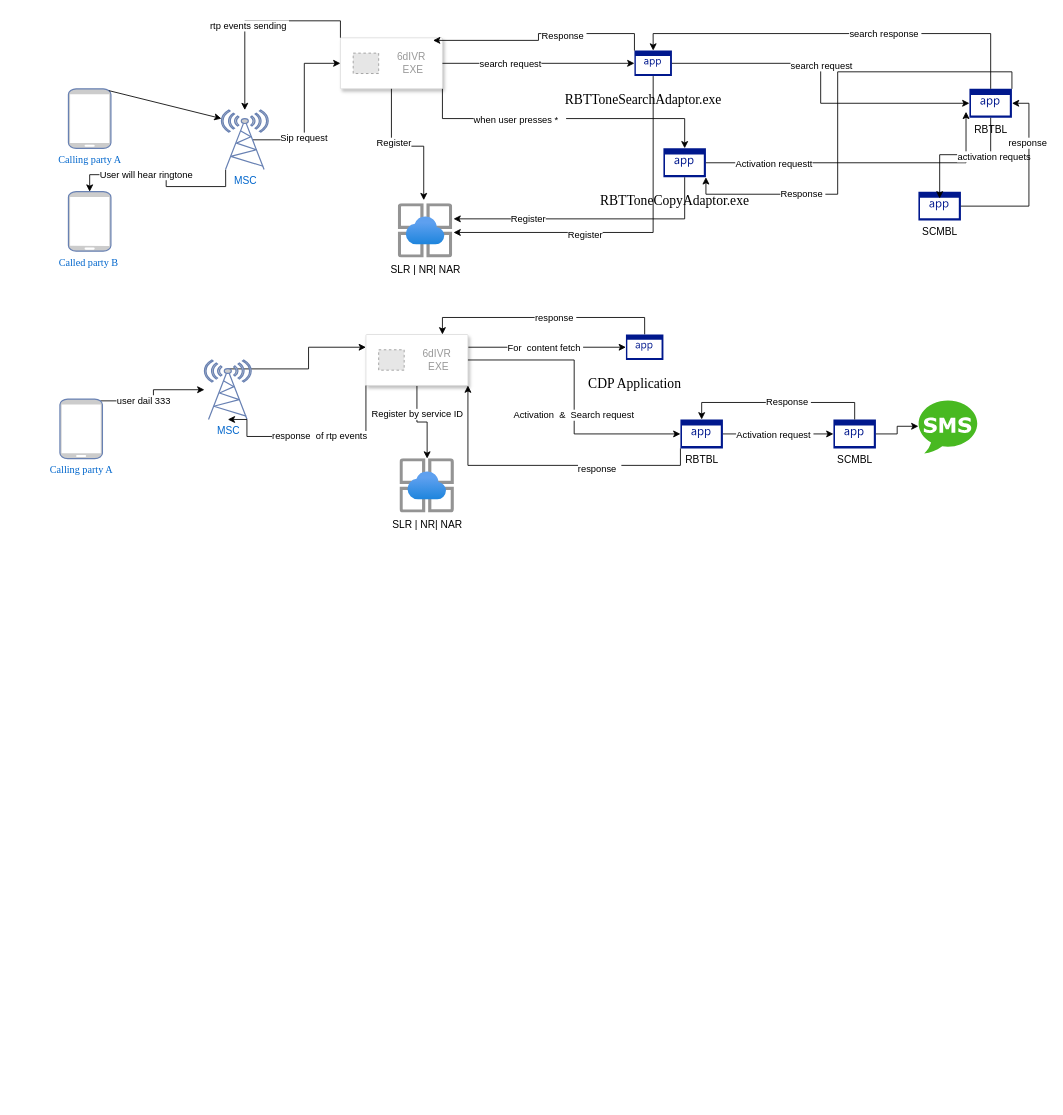
Before: Untitled Diagram.drawio in sathwikraj19/udemy, a draw.io diagram. Source tidied: cells renumbered, new cells numbered last; positions are measured from the earlier drawing's top-left corner, leaving out a move shared by most shapes. Both pictures are drawn from the tidied source at 85%, with x=0, y=0 at pixel (60, 37). Pictures stored in the file or linked from it are replaced by grey dashed boxes.
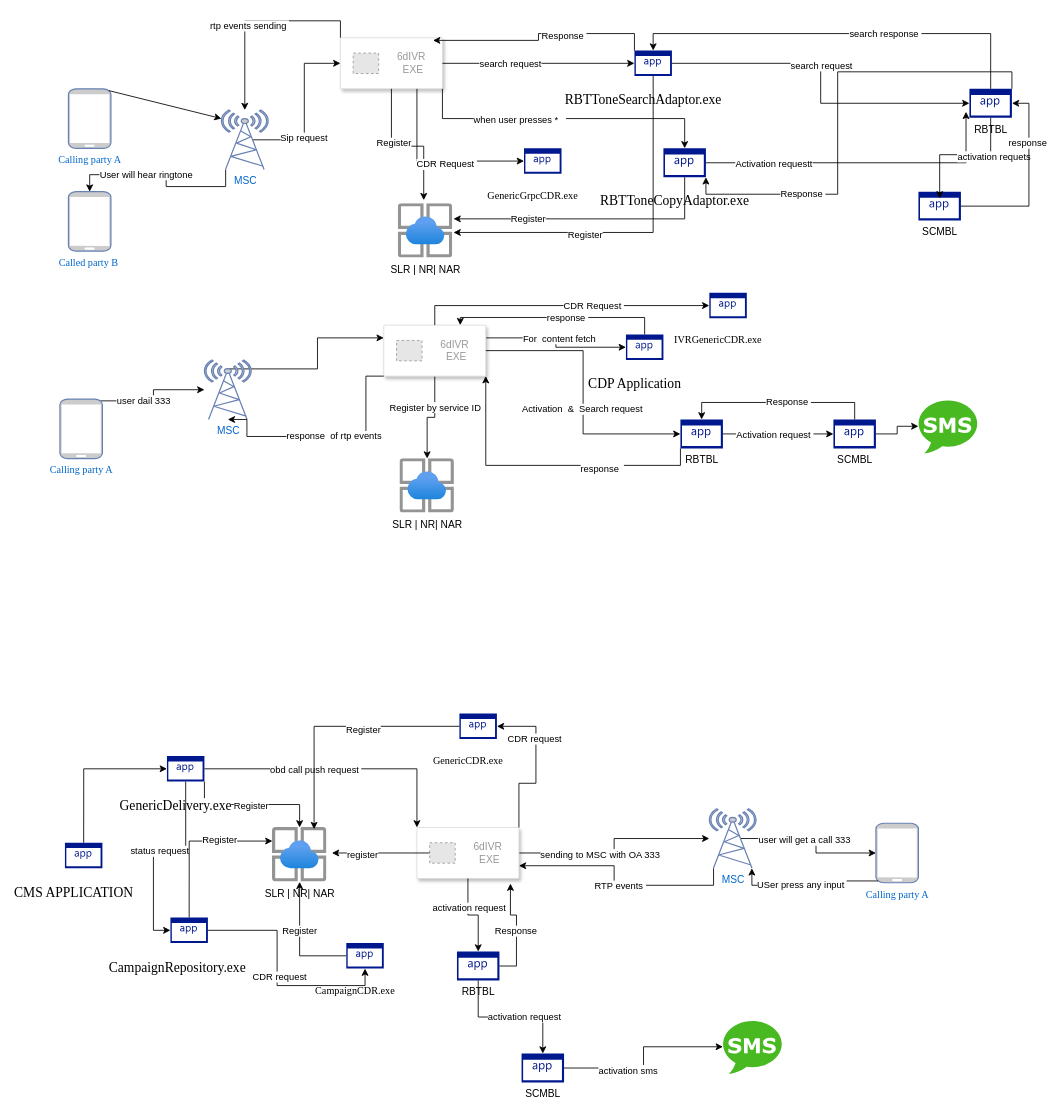
The same diagram, later.

Unchanged cells that the change refers to:
```xml
<mxCell id="11" style="strokeColor=#dddddd;shadow=1;strokeWidth=1;rounded=1;absoluteArcSize=1;arcSize=2;" parent="1" vertex="1">
  <mxGeometry x="330" width="120" height="60" as="geometry" />
</mxCell>
```

Change to the diagram source:
```diff
@@
     <mxCell id="52" style="strokeColor=#dddddd;shadow=1;strokeWidth=1;rounded=1;absoluteArcSize=1;arcSize=2;" parent="1" vertex="1">
-      <mxGeometry x="360" y="349" width="120" height="60" as="geometry" />
+      <mxGeometry x="381" y="338" width="120" height="60" as="geometry" />
     </mxCell>
@@
+    <mxCell id="72" value="&lt;p style=&quot;text-indent:-18.0pt;mso-list:l0 level1 lfo1&quot; class=&quot;MsoListParagraph&quot;&gt;&lt;font face=&quot;Times New Roman, serif&quot;&gt;IVRGenericCDR.exe&lt;/font&gt;&lt;br&gt;&lt;/p&gt;" style="sketch=0;shadow=0;dashed=0;html=1;strokeColor=none;labelPosition=center;verticalLabelPosition=bottom;verticalAlign=top;align=center;fillColor=#00188D;shape=mxgraph.mscae.enterprise.application;" parent="1" vertex="1">
+      <mxGeometry x="764" y="300" width="44.1" height="30" as="geometry" />
+    </mxCell>
+    <mxCell id="73" style="edgeStyle=orthogonalEdgeStyle;rounded=0;jettySize=auto;html=1;exitX=0.5;exitY=0;exitDx=0;exitDy=0;entryX=0;entryY=0.5;entryDx=0;entryDy=0;entryPerimeter=0;" parent="1" edge="1" source="52" target="72">
+      <mxGeometry relative="1" as="geometry" />
+    </mxCell>
+    <mxCell id="74" value="CDR Request&amp;nbsp;" style="edgeLabel;html=1;align=center;verticalAlign=middle;" parent="73" vertex="1">
+      <mxGeometry x="0.21" relative="1" as="geometry" />
+    </mxCell>
+    <mxCell id="75" value="&lt;p style=&quot;text-indent:-18.0pt;mso-list:l0 level1 lfo1&quot; class=&quot;MsoListParagraph&quot;&gt;&lt;font face=&quot;Times New Roman, serif&quot;&gt;GenericGrpcCDR.exe&lt;/font&gt;&lt;br&gt;&lt;/p&gt;" style="sketch=0;shadow=0;dashed=0;html=1;strokeColor=none;labelPosition=center;verticalLabelPosition=bottom;verticalAlign=top;align=center;fillColor=#00188D;shape=mxgraph.mscae.enterprise.application;" parent="1" vertex="1">
+      <mxGeometry x="546" y="130" width="44.1" height="30" as="geometry" />
+    </mxCell>
+    <mxCell id="76" style="edgeStyle=orthogonalEdgeStyle;rounded=0;jettySize=auto;html=1;exitX=0.75;exitY=1;exitDx=0;exitDy=0;entryX=0;entryY=0.5;entryDx=0;entryDy=0;entryPerimeter=0;" parent="1" edge="1" source="11" target="75">
+      <mxGeometry relative="1" as="geometry" />
+    </mxCell>
+    <mxCell id="77" value="CDR Request&amp;nbsp;" style="edgeLabel;html=1;align=center;verticalAlign=middle;" parent="76" vertex="1">
+      <mxGeometry x="0.13" y="-3" relative="1" as="geometry" />
+    </mxCell>
+    <mxCell id="78" style="edgeStyle=orthogonalEdgeStyle;rounded=0;jettySize=auto;html=1;exitX=1;exitY=0.5;exitDx=0;exitDy=0;" parent="1" edge="1" source="80" target="101">
+      <mxGeometry relative="1" as="geometry" />
+    </mxCell>
+    <mxCell id="79" value="sending to MSC with OA 333&amp;nbsp;" style="edgeLabel;html=1;align=center;verticalAlign=middle;" parent="78" vertex="1">
+      <mxGeometry x="-0.2" y="-1" relative="1" as="geometry" />
+    </mxCell>
+    <mxCell id="80" style="strokeColor=#dddddd;shadow=1;strokeWidth=1;rounded=1;absoluteArcSize=1;arcSize=2;" parent="1" vertex="1">
+      <mxGeometry x="420" y="929" width="120" height="60" as="geometry" />
+    </mxCell>
+    <mxCell id="81" value="6dIVR&lt;br&gt;&amp;nbsp; EXE&lt;br&gt;" style="fillColor=#E6E6E6;strokeColor=#999999;dashed=1;html=1;fontColor=#999999;verticalLabelPosition=middle;verticalAlign=middle;labelPosition=right;align=left;spacingLeft=20;" parent="80" vertex="1">
+      <mxGeometry width="30" height="24" relative="1" as="geometry">
+        <mxPoint x="15" y="18" as="offset" />
+      </mxGeometry>
+    </mxCell>
+    <mxCell id="82" value="SLR | NR| NAR" style="image;html=1;points=[];align=center;fontSize=12;image=img/lib/azure2/app_services/App_Service_Environments.svg;" parent="1" vertex="1">
+      <mxGeometry x="250" y="929" width="64" height="64" as="geometry" />
+    </mxCell>
+    <mxCell id="83" style="edgeStyle=orthogonalEdgeStyle;rounded=0;jettySize=auto;html=1;exitX=1;exitY=1;exitDx=0;exitDy=0;exitPerimeter=0;" parent="1" edge="1" source="87" target="82">
+      <mxGeometry relative="1" as="geometry" />
+    </mxCell>
+    <mxCell id="84" value="Register" style="edgeLabel;html=1;align=center;verticalAlign=middle;" parent="83" vertex="1">
+      <mxGeometry x="-0.02" y="-1" relative="1" as="geometry" />
+    </mxCell>
+    <mxCell id="85" style="edgeStyle=orthogonalEdgeStyle;rounded=0;jettySize=auto;html=1;exitX=1;exitY=0.5;exitDx=0;exitDy=0;exitPerimeter=0;entryX=0;entryY=0;entryDx=0;entryDy=0;" parent="1" edge="1" source="87" target="80">
+      <mxGeometry relative="1" as="geometry" />
+    </mxCell>
+    <mxCell id="86" value="obd call push request&amp;nbsp;" style="edgeLabel;html=1;align=center;verticalAlign=middle;" parent="85" vertex="1">
+      <mxGeometry x="-0.48" y="1" relative="1" as="geometry">
+        <mxPoint x="47" y="1" as="offset" />
+      </mxGeometry>
+    </mxCell>
+    <mxCell id="87" value="&lt;p style=&quot;text-indent:-18.0pt;mso-list:l0 level1 lfo1&quot; class=&quot;MsoListParagraph&quot;&gt;&lt;font face=&quot;Times New Roman, serif&quot;&gt;&lt;span style=&quot;font-size: 16px; background-color: rgb(255, 255, 255);&quot;&gt;GenericDelivery.exe&lt;/span&gt;&lt;/font&gt;&lt;/p&gt;" style="sketch=0;shadow=0;dashed=0;html=1;strokeColor=none;labelPosition=center;verticalLabelPosition=bottom;verticalAlign=top;align=center;fillColor=#00188D;shape=mxgraph.mscae.enterprise.application;" parent="1" vertex="1">
+      <mxGeometry x="125.9" y="845" width="44.1" height="30" as="geometry" />
+    </mxCell>
+    <mxCell id="88" value="&lt;p style=&quot;text-indent:-18.0pt;mso-list:l0 level1 lfo1&quot; class=&quot;MsoListParagraph&quot;&gt;&lt;font face=&quot;Times New Roman, serif&quot;&gt;GenericCDR.exe&lt;/font&gt;&lt;br&gt;&lt;/p&gt;" style="sketch=0;shadow=0;dashed=0;html=1;strokeColor=none;labelPosition=center;verticalLabelPosition=bottom;verticalAlign=top;align=center;fillColor=#00188D;shape=mxgraph.mscae.enterprise.application;" parent="1" vertex="1">
+      <mxGeometry x="470" y="795" width="44.1" height="30" as="geometry" />
+    </mxCell>
+    <mxCell id="89" style="edgeStyle=orthogonalEdgeStyle;rounded=0;jettySize=auto;html=1;exitX=0.5;exitY=1;exitDx=0;exitDy=0;exitPerimeter=0;" parent="1" edge="1" source="91" target="94">
+      <mxGeometry relative="1" as="geometry" />
+    </mxCell>
+    <mxCell id="90" value="activation request&amp;nbsp;" style="edgeLabel;html=1;align=center;verticalAlign=middle;" parent="89" vertex="1">
+      <mxGeometry x="0.21" y="1" relative="1" as="geometry" />
+    </mxCell>
+    <mxCell id="91" value="RBTBL" style="sketch=0;shadow=0;dashed=0;html=1;strokeColor=none;labelPosition=center;verticalLabelPosition=bottom;verticalAlign=top;align=center;fillColor=#00188D;shape=mxgraph.mscae.enterprise.application;" parent="1" vertex="1">
+      <mxGeometry x="467.1" y="1075" width="50" height="34" as="geometry" />
+    </mxCell>
+    <mxCell id="92" style="edgeStyle=orthogonalEdgeStyle;rounded=0;jettySize=auto;html=1;exitX=1;exitY=0.5;exitDx=0;exitDy=0;exitPerimeter=0;" parent="1" edge="1" source="94" target="95">
+      <mxGeometry relative="1" as="geometry" />
+    </mxCell>
+    <mxCell id="93" value="activation sms&amp;nbsp;" style="edgeLabel;html=1;align=center;verticalAlign=middle;" parent="92" vertex="1">
+      <mxGeometry x="-0.28" y="-2" relative="1" as="geometry" />
+    </mxCell>
+    <mxCell id="94" value="SCMBL" style="sketch=0;shadow=0;dashed=0;html=1;strokeColor=none;labelPosition=center;verticalLabelPosition=bottom;verticalAlign=top;align=center;fillColor=#00188D;shape=mxgraph.mscae.enterprise.application;" parent="1" vertex="1">
+      <mxGeometry x="543.1" y="1195" width="50" height="34" as="geometry" />
+    </mxCell>
+    <mxCell id="95" style="dashed=0;outlineConnect=0;html=1;align=center;labelPosition=center;verticalLabelPosition=bottom;verticalAlign=top;shape=mxgraph.weblogos.sms;fillColor=#48B921;strokeColor=none;" parent="1" vertex="1">
+      <mxGeometry x="780" y="1155" width="69.2" height="64" as="geometry" />
+    </mxCell>
+    <mxCell id="96" value="&lt;p style=&quot;text-indent:-18.0pt;mso-list:l0 level1 lfo1&quot; class=&quot;MsoListParagraph&quot;&gt;&lt;font face=&quot;Times New Roman, serif&quot;&gt;&lt;span style=&quot;font-size: 16px; background-color: rgb(255, 255, 255);&quot;&gt;CMS APPLICATION&lt;/span&gt;&lt;/font&gt;&lt;/p&gt;" style="sketch=0;shadow=0;dashed=0;html=1;strokeColor=none;labelPosition=center;verticalLabelPosition=bottom;verticalAlign=top;align=center;fillColor=#00188D;shape=mxgraph.mscae.enterprise.application;" parent="1" vertex="1">
+      <mxGeometry x="5.9" y="947" width="44.1" height="30" as="geometry" />
+    </mxCell>
+    <mxCell id="97" style="edgeStyle=orthogonalEdgeStyle;rounded=0;jettySize=auto;html=1;exitX=0.67;exitY=0.5;exitDx=0;exitDy=0;exitPerimeter=0;" parent="1" edge="1" source="101" target="102">
+      <mxGeometry relative="1" as="geometry" />
+    </mxCell>
+    <mxCell id="98" value="user will get a call 333" style="edgeLabel;html=1;align=center;verticalAlign=middle;" parent="97" vertex="1">
+      <mxGeometry x="-0.15" y="-1" relative="1" as="geometry" />
+    </mxCell>
+    <mxCell id="99" style="edgeStyle=orthogonalEdgeStyle;rounded=0;jettySize=auto;html=1;exitX=0.09;exitY=1;exitDx=0;exitDy=0;exitPerimeter=0;entryX=1;entryY=0.75;entryDx=0;entryDy=0;" parent="1" edge="1" source="101" target="80">
+      <mxGeometry relative="1" as="geometry" />
+    </mxCell>
+    <mxCell id="100" value="RTP events&amp;nbsp;" style="edgeLabel;html=1;align=center;verticalAlign=middle;" parent="99" vertex="1">
+      <mxGeometry x="-0.04" relative="1" as="geometry" />
+    </mxCell>
+    <mxCell id="101" value="MSC" style="fontColor=#0066CC;verticalAlign=top;verticalLabelPosition=bottom;labelPosition=center;align=center;html=1;outlineConnect=0;fillColor=#CCCCCC;strokeColor=#6881B3;gradientColor=none;gradientDirection=north;strokeWidth=2;shape=mxgraph.networks.radio_tower;" parent="1" vertex="1">
+      <mxGeometry x="764" y="907" width="55" height="70" as="geometry" />
+    </mxCell>
+    <mxCell id="102" value="Calling party A" style="fontColor=#0066CC;verticalAlign=top;verticalLabelPosition=bottom;labelPosition=center;align=center;html=1;outlineConnect=0;fillColor=#CCCCCC;strokeColor=#6881B3;gradientColor=none;gradientDirection=north;strokeWidth=2;shape=mxgraph.networks.mobile;fontFamily=Times New Roman;" parent="1" vertex="1">
+      <mxGeometry x="960" y="924" width="50" height="70" as="geometry" />
+    </mxCell>
+    <mxCell id="103" value="&lt;p style=&quot;text-indent:-18.0pt;mso-list:l0 level1 lfo1&quot; class=&quot;MsoListParagraph&quot;&gt;&lt;font face=&quot;Times New Roman, serif&quot;&gt;&lt;span style=&quot;font-size: 16px; background-color: rgb(255, 255, 255);&quot;&gt;CampaignRepository.exe&amp;nbsp;&lt;/span&gt;&lt;/font&gt;&lt;/p&gt;" style="sketch=0;shadow=0;dashed=0;html=1;strokeColor=none;labelPosition=center;verticalLabelPosition=bottom;verticalAlign=top;align=center;fillColor=#00188D;shape=mxgraph.mscae.enterprise.application;" parent="1" vertex="1">
+      <mxGeometry x="130" y="1035" width="44.1" height="30" as="geometry" />
+    </mxCell>
+    <mxCell id="104" style="edgeStyle=orthogonalEdgeStyle;rounded=0;jettySize=auto;html=1;exitX=0;exitY=0.5;exitDx=0;exitDy=0;exitPerimeter=0;" parent="1" edge="1" source="106" target="82">
+      <mxGeometry relative="1" as="geometry" />
+    </mxCell>
+    <mxCell id="105" value="Register" style="edgeLabel;html=1;align=center;verticalAlign=middle;" parent="104" vertex="1">
+      <mxGeometry x="0.18" y="1" relative="1" as="geometry" />
+    </mxCell>
+    <mxCell id="106" value="&lt;p style=&quot;text-indent:-18.0pt;mso-list:l0 level1 lfo1&quot; class=&quot;MsoListParagraph&quot;&gt;&lt;font face=&quot;Times New Roman, serif&quot;&gt;CampaignCDR.exe&lt;/font&gt;&lt;br&gt;&lt;/p&gt;" style="sketch=0;shadow=0;dashed=0;html=1;strokeColor=none;labelPosition=center;verticalLabelPosition=bottom;verticalAlign=top;align=center;fillColor=#00188D;shape=mxgraph.mscae.enterprise.application;" parent="1" vertex="1">
+      <mxGeometry x="336.9" y="1065" width="44.1" height="30" as="geometry" />
+    </mxCell>
+    <mxCell id="107" style="edgeStyle=orthogonalEdgeStyle;rounded=0;jettySize=auto;html=1;exitX=0.5;exitY=0;exitDx=0;exitDy=0;exitPerimeter=0;entryX=0;entryY=0.5;entryDx=0;entryDy=0;entryPerimeter=0;" parent="1" edge="1" source="96" target="87">
+      <mxGeometry relative="1" as="geometry" />
+    </mxCell>
+    <mxCell id="108" style="edgeStyle=orthogonalEdgeStyle;rounded=0;jettySize=auto;html=1;exitX=0.5;exitY=1;exitDx=0;exitDy=0;exitPerimeter=0;entryX=0;entryY=0.5;entryDx=0;entryDy=0;entryPerimeter=0;" parent="1" edge="1" source="87" target="103">
+      <mxGeometry relative="1" as="geometry" />
+    </mxCell>
+    <mxCell id="109" value="status request&amp;nbsp;" style="edgeLabel;html=1;align=center;verticalAlign=middle;" parent="108" vertex="1">
+      <mxGeometry x="-0.06" y="1" relative="1" as="geometry" />
+    </mxCell>
+    <mxCell id="110" style="edgeStyle=orthogonalEdgeStyle;rounded=0;jettySize=auto;html=1;exitX=0.5;exitY=0;exitDx=0;exitDy=0;exitPerimeter=0;entryX=0;entryY=0.25;entryDx=0;entryDy=0;entryPerimeter=0;" parent="1" edge="1" source="103" target="82">
+      <mxGeometry relative="1" as="geometry" />
+    </mxCell>
+    <mxCell id="111" value="Register" style="edgeLabel;html=1;align=center;verticalAlign=middle;" parent="110" vertex="1">
+      <mxGeometry x="0.33" y="2" relative="1" as="geometry" />
+    </mxCell>
+    <mxCell id="112" style="edgeStyle=orthogonalEdgeStyle;rounded=0;jettySize=auto;html=1;exitX=0;exitY=0.5;exitDx=0;exitDy=0;exitPerimeter=0;entryX=0.766;entryY=0.031;entryDx=0;entryDy=0;entryPerimeter=0;" parent="1" edge="1" source="88" target="82">
+      <mxGeometry relative="1" as="geometry" />
+    </mxCell>
+    <mxCell id="113" value="Register" style="edgeLabel;html=1;align=center;verticalAlign=middle;" parent="112" vertex="1">
+      <mxGeometry x="-0.22" y="3" relative="1" as="geometry" />
+    </mxCell>
+    <mxCell id="114" style="edgeStyle=orthogonalEdgeStyle;rounded=0;jettySize=auto;html=1;" parent="1" edge="1" source="81">
+      <mxGeometry relative="1" as="geometry">
+        <mxPoint x="320" y="959" as="targetPoint" />
+      </mxGeometry>
+    </mxCell>
+    <mxCell id="115" value="register" style="edgeLabel;html=1;align=center;verticalAlign=middle;" parent="114" vertex="1">
+      <mxGeometry x="0.39" y="1" relative="1" as="geometry" />
+    </mxCell>
+    <mxCell id="116" style="edgeStyle=orthogonalEdgeStyle;rounded=0;jettySize=auto;html=1;exitX=0.05;exitY=0.97;exitDx=0;exitDy=0;exitPerimeter=0;entryX=0.91;entryY=1;entryDx=0;entryDy=0;entryPerimeter=0;" parent="1" edge="1" source="102" target="101">
+      <mxGeometry relative="1" as="geometry" />
+    </mxCell>
+    <mxCell id="117" value="USer press any input&amp;nbsp;" style="edgeLabel;html=1;align=center;verticalAlign=middle;" parent="116" vertex="1">
+      <mxGeometry x="0.1" y="-1" relative="1" as="geometry" />
+    </mxCell>
+    <mxCell id="118" style="edgeStyle=orthogonalEdgeStyle;rounded=0;jettySize=auto;html=1;exitX=0.5;exitY=1;exitDx=0;exitDy=0;entryX=0.5;entryY=0;entryDx=0;entryDy=0;entryPerimeter=0;" parent="1" edge="1" source="80" target="91">
+      <mxGeometry relative="1" as="geometry" />
+    </mxCell>
+    <mxCell id="119" value="activation request&amp;nbsp;" style="edgeLabel;html=1;align=center;verticalAlign=middle;" parent="118" vertex="1">
+      <mxGeometry x="-0.31" y="2" relative="1" as="geometry" />
+    </mxCell>
+    <mxCell id="120" style="edgeStyle=orthogonalEdgeStyle;rounded=0;jettySize=auto;html=1;exitX=1;exitY=0.5;exitDx=0;exitDy=0;exitPerimeter=0;entryX=0.917;entryY=1.1;entryDx=0;entryDy=0;entryPerimeter=0;" parent="1" edge="1" source="91" target="80">
+      <mxGeometry relative="1" as="geometry" />
+    </mxCell>
+    <mxCell id="121" value="Response&amp;nbsp;" style="edgeLabel;html=1;align=center;verticalAlign=middle;" parent="120" vertex="1">
+      <mxGeometry relative="1" as="geometry" />
+    </mxCell>
+    <mxCell id="122" style="edgeStyle=orthogonalEdgeStyle;rounded=0;jettySize=auto;html=1;exitX=1;exitY=0.5;exitDx=0;exitDy=0;exitPerimeter=0;entryX=0.5;entryY=1;entryDx=0;entryDy=0;entryPerimeter=0;" parent="1" edge="1" source="103" target="106">
+      <mxGeometry relative="1" as="geometry" />
+    </mxCell>
+    <mxCell id="123" value="CDR request&amp;nbsp;" style="edgeLabel;html=1;align=center;verticalAlign=middle;" parent="122" vertex="1">
+      <mxGeometry x="0.01" y="4" relative="1" as="geometry" />
+    </mxCell>
+    <mxCell id="124" style="edgeStyle=orthogonalEdgeStyle;rounded=0;jettySize=auto;html=1;exitX=1;exitY=0;exitDx=0;exitDy=0;entryX=1;entryY=0.5;entryDx=0;entryDy=0;entryPerimeter=0;" parent="1" edge="1" source="80" target="88">
+      <mxGeometry relative="1" as="geometry" />
+    </mxCell>
+    <mxCell id="125" value="CDR request&amp;nbsp;" style="edgeLabel;html=1;align=center;verticalAlign=middle;" parent="124" vertex="1">
+      <mxGeometry x="0.35" y="1" relative="1" as="geometry" />
+    </mxCell>
```
